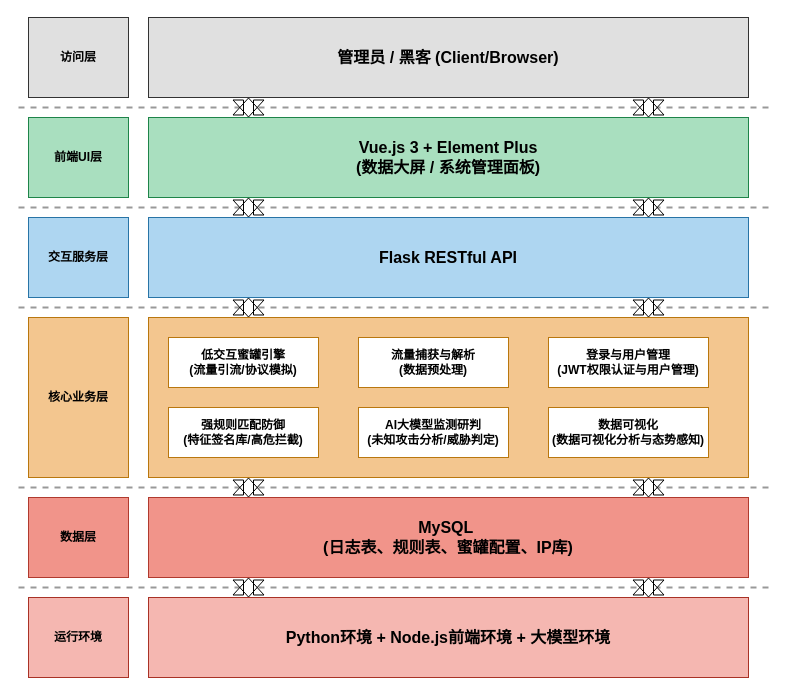
1290288259/miguan keeps this draw.io diagram as page "Page-1" (1 of 2) of 论文/图/系统架构图 (1).drawio. Above is the earlier version. Source tidied: cells renumbered, new cells numbered last; positions are measured from the earlier drawing's top-left corner, leaving out a move shared by most shapes. Both pictures are drawn from the tidied source at 100%, with x=0, y=0 at pixel (18, 17).
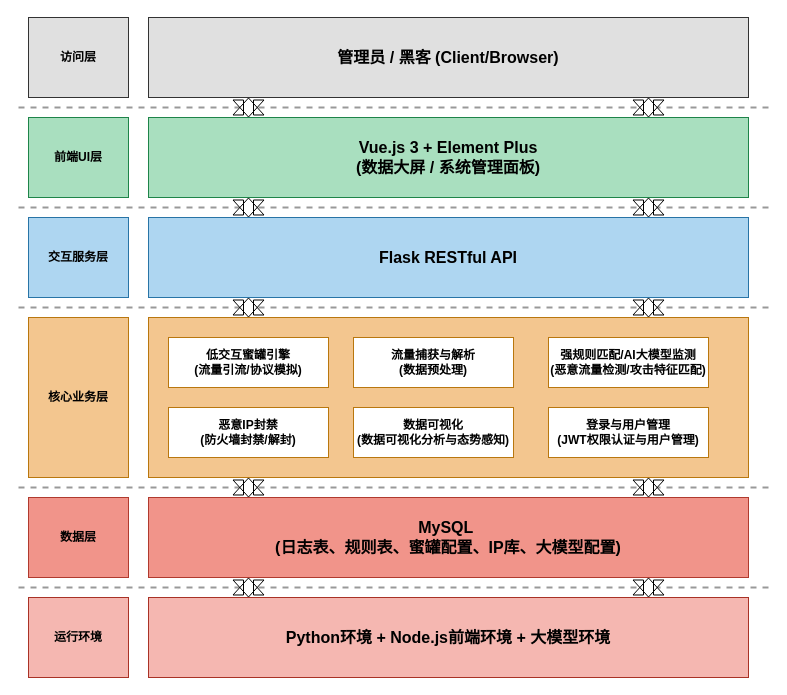
The same diagram, later.

The edit, as a diff of the source:
```diff
@@
-    <mxCell id="20" value="MySQL&amp;nbsp;&lt;br&gt;(日志表、规则表、蜜罐配置、IP库)" style="rounded=0;whiteSpace=wrap;html=1;fillColor=#f1948a;strokeColor=#b03a2e;fontColor=#000000;fontSize=16;fontStyle=1;" parent="1" vertex="1">
+    <mxCell id="20" value="MySQL&amp;nbsp;&lt;br&gt;(日志表、规则表、蜜罐配置、IP库、大模型配置)" style="rounded=0;whiteSpace=wrap;html=1;fillColor=#f1948a;strokeColor=#b03a2e;fontColor=#000000;fontSize=16;fontStyle=1;" parent="1" vertex="1">
       <mxGeometry x="130" y="480" width="600" height="80" as="geometry" />
     </mxCell>
@@
     <mxCell id="29" value="低交互蜜罐引擎&#10;(流量引流/协议模拟)" style="rounded=0;whiteSpace=wrap;html=1;fillColor=#ffffff;strokeColor=#b9770e;fontColor=#000000;fontStyle=1;" parent="1" vertex="1">
-      <mxGeometry x="150" y="320" width="150" height="50" as="geometry" />
+      <mxGeometry x="150" y="320" width="160" height="50" as="geometry" />
     </mxCell>
     <mxCell id="30" value="流量捕获与解析&#10;(数据预处理)" style="rounded=0;whiteSpace=wrap;html=1;fillColor=#ffffff;strokeColor=#b9770e;fontColor=#000000;fontStyle=1;" parent="1" vertex="1">
-      <mxGeometry x="340" y="320" width="150" height="50" as="geometry" />
+      <mxGeometry x="335" y="320" width="160" height="50" as="geometry" />
     </mxCell>
-    <mxCell id="31" value="强规则匹配防御&#10;(特征签名库/高危拦截)" style="rounded=0;whiteSpace=wrap;html=1;fillColor=#ffffff;strokeColor=#b9770e;fontColor=#000000;fontStyle=1;" parent="1" vertex="1">
-      <mxGeometry x="150" y="390" width="150" height="50" as="geometry" />
+    <mxCell id="31" value="强规则匹配/AI大模型监测&lt;br&gt;(恶意流量检测/攻击特征匹配)" style="rounded=0;whiteSpace=wrap;html=1;fillColor=#ffffff;strokeColor=#b9770e;fontColor=#000000;fontStyle=1;" parent="1" vertex="1">
+      <mxGeometry x="530" y="320" width="160" height="50" as="geometry" />
     </mxCell>
-    <mxCell id="32" value="AI大模型监测研判&#10;(未知攻击分析/威胁判定)" style="rounded=0;whiteSpace=wrap;html=1;fillColor=#ffffff;strokeColor=#b9770e;fontColor=#000000;fontStyle=1;" parent="1" vertex="1">
-      <mxGeometry x="340" y="390" width="150" height="50" as="geometry" />
+    <mxCell id="32" value="恶意IP封禁&lt;br&gt;(防火墙封禁/解封)" style="rounded=0;whiteSpace=wrap;html=1;fillColor=#ffffff;strokeColor=#b9770e;fontColor=#000000;fontStyle=1;" parent="1" vertex="1">
+      <mxGeometry x="150" y="390" width="160" height="50" as="geometry" />
     </mxCell>
     <mxCell id="33" value="登录与用户管理&lt;br&gt;(JWT权限认证与用户管理)" style="rounded=0;whiteSpace=wrap;html=1;fillColor=#ffffff;strokeColor=#b9770e;fontColor=#000000;fontStyle=1;" parent="1" vertex="1">
-      <mxGeometry x="530" y="320" width="160" height="50" as="geometry" />
+      <mxGeometry x="530" y="390" width="160" height="50" as="geometry" />
     </mxCell>
     <mxCell id="34" value="数据可视化&lt;br&gt;(数据可视化分析与态势感知)" style="rounded=0;whiteSpace=wrap;html=1;fillColor=#ffffff;strokeColor=#b9770e;fontColor=#000000;fontStyle=1;" parent="1" vertex="1">
-      <mxGeometry x="530" y="390" width="160" height="50" as="geometry" />
+      <mxGeometry x="335" y="390" width="160" height="50" as="geometry" />
     </mxCell>
```
